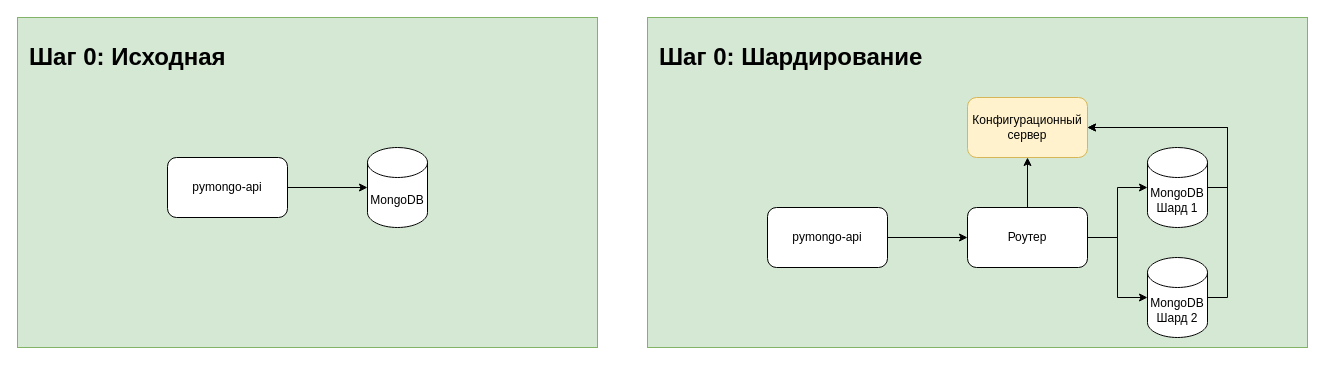
maxoness/architecture-sprint-2 keeps this draw.io diagram as page "Progress" (2 of 2) of task1.drawio. Above is the earlier version. Source tidied: cells renumbered, new cells numbered last; positions are measured from the earlier drawing's top-left corner, leaving out a move shared by most shapes. Both pictures are drawn from the tidied source at 100%, with x=0, y=0 at pixel (17, 17).
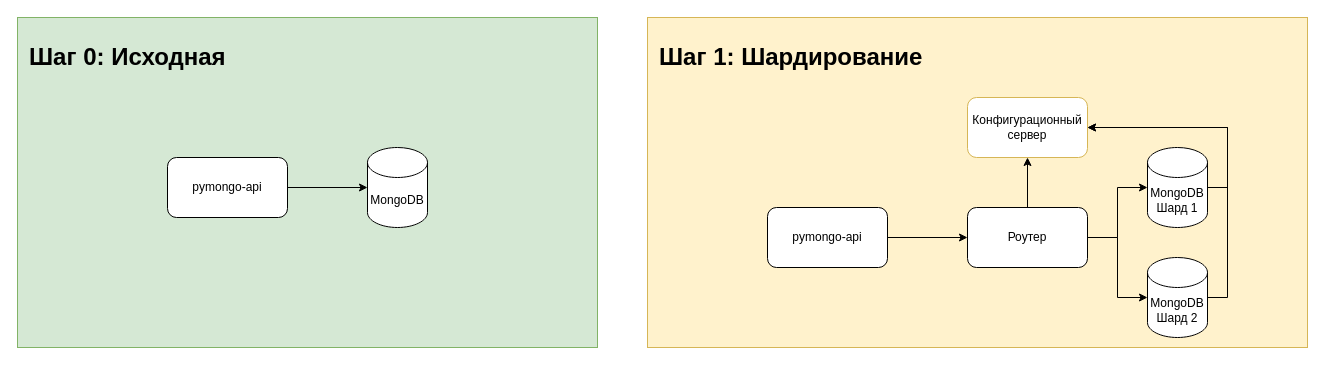
The same page after the edit.

Diff of the diagram source:
```diff
@@
 <mxGraphModel>
   <root>
     <mxCell id="0" />
     <mxCell id="1" parent="0" />
     <mxCell id="2" style="rounded=0;whiteSpace=wrap;html=1;fillColor=#d5e8d4;strokeColor=#82b366;" parent="1" vertex="1">
       <mxGeometry width="580" height="330" as="geometry" />
     </mxCell>
     <mxCell id="3" value="MongoDB" style="shape=cylinder3;whiteSpace=wrap;html=1;boundedLbl=1;backgroundOutline=1;size=15;" parent="1" vertex="1">
       <mxGeometry x="350" y="130" width="60" height="80" as="geometry" />
     </mxCell>
     <mxCell id="4" value="pymongo-api" style="rounded=1;whiteSpace=wrap;html=1;" parent="1" vertex="1">
       <mxGeometry x="150" y="140" width="120" height="60" as="geometry" />
     </mxCell>
     <mxCell id="5" style="edgeStyle=orthogonalEdgeStyle;rounded=0;jettySize=auto;html=1;exitX=1;exitY=0.5;exitDx=0;exitDy=0;entryX=0;entryY=0.5;entryDx=0;entryDy=0;entryPerimeter=0;" parent="1" edge="1" source="4" target="3">
       <mxGeometry relative="1" as="geometry" />
     </mxCell>
     <mxCell id="6" value="Шаг 0: Исходная" style="text;strokeColor=none;fillColor=none;html=1;fontSize=24;fontStyle=1;verticalAlign=middle;align=left;" parent="1" vertex="1">
       <mxGeometry x="10" y="20" width="560" height="40" as="geometry" />
     </mxCell>
-    <mxCell id="7" style="rounded=0;whiteSpace=wrap;html=1;fillColor=#d5e8d4;strokeColor=#82b366;" parent="1" vertex="1">
+    <mxCell id="7" style="rounded=0;whiteSpace=wrap;html=1;fillColor=#fff2cc;strokeColor=#d6b656;" parent="1" vertex="1">
       <mxGeometry x="630" width="660" height="330" as="geometry" />
     </mxCell>
     <mxCell id="8" value="pymongo-api" style="rounded=1;whiteSpace=wrap;html=1;" parent="1" vertex="1">
       <mxGeometry x="750" y="190" width="120" height="60" as="geometry" />
     </mxCell>
     <mxCell id="9" style="edgeStyle=orthogonalEdgeStyle;rounded=0;jettySize=auto;html=1;exitX=1;exitY=0.5;exitDx=0;exitDy=0;entryX=0;entryY=0.5;entryDx=0;entryDy=0;" parent="1" edge="1" source="8" target="11">
       <mxGeometry relative="1" as="geometry" />
     </mxCell>
-    <mxCell id="10" value="Шаг 0: Шардирование" style="text;strokeColor=none;fillColor=none;html=1;fontSize=24;fontStyle=1;verticalAlign=middle;align=left;" parent="1" vertex="1">
+    <mxCell id="10" value="Шаг 1: Шардирование" style="text;strokeColor=none;fillColor=none;html=1;fontSize=24;fontStyle=1;verticalAlign=middle;align=left;" parent="1" vertex="1">
       <mxGeometry x="640" y="20" width="560" height="40" as="geometry" />
     </mxCell>
     <mxCell id="11" value="Роутер" style="rounded=1;whiteSpace=wrap;html=1;" parent="1" vertex="1">
       <mxGeometry x="950" y="190" width="120" height="60" as="geometry" />
     </mxCell>
     <mxCell id="12" value="MongoDB&lt;div&gt;Шард 1&lt;/div&gt;" style="shape=cylinder3;whiteSpace=wrap;html=1;boundedLbl=1;backgroundOutline=1;size=15;" parent="1" vertex="1">
       <mxGeometry x="1130" y="130" width="60" height="80" as="geometry" />
     </mxCell>
     <mxCell id="13" value="MongoDB&lt;div&gt;Шард 2&lt;/div&gt;" style="shape=cylinder3;whiteSpace=wrap;html=1;boundedLbl=1;backgroundOutline=1;size=15;" parent="1" vertex="1">
       <mxGeometry x="1130" y="240" width="60" height="80" as="geometry" />
     </mxCell>
-    <mxCell id="14" value="Конфигурационный сервер" style="rounded=1;whiteSpace=wrap;html=1;fillColor=#fff2cc;strokeColor=#d6b656;" parent="1" vertex="1">
+    <mxCell id="14" value="Конфигурационный сервер" style="rounded=1;whiteSpace=wrap;html=1;fillColor=#FFFFFF;strokeColor=#d6b656;" parent="1" vertex="1">
       <mxGeometry x="950" y="80" width="120" height="60" as="geometry" />
     </mxCell>
     <mxCell id="15" style="edgeStyle=orthogonalEdgeStyle;rounded=0;jettySize=auto;html=1;exitX=1;exitY=0.5;exitDx=0;exitDy=0;entryX=0;entryY=0.5;entryDx=0;entryDy=0;entryPerimeter=0;" parent="1" edge="1" source="11" target="12">
       <mxGeometry relative="1" as="geometry" />
     </mxCell>
     <mxCell id="16" style="edgeStyle=orthogonalEdgeStyle;rounded=0;jettySize=auto;html=1;exitX=1;exitY=0.5;exitDx=0;exitDy=0;entryX=0;entryY=0.5;entryDx=0;entryDy=0;entryPerimeter=0;" parent="1" edge="1" source="11" target="13">
       <mxGeometry relative="1" as="geometry" />
     </mxCell>
     <mxCell id="17" style="edgeStyle=orthogonalEdgeStyle;rounded=0;jettySize=auto;html=1;exitX=1;exitY=0.5;exitDx=0;exitDy=0;entryX=1;entryY=0.5;entryDx=0;entryDy=0;exitPerimeter=0;" parent="1" edge="1" source="13" target="14">
       <mxGeometry relative="1" as="geometry" />
     </mxCell>
     <mxCell id="18" style="edgeStyle=orthogonalEdgeStyle;rounded=0;jettySize=auto;html=1;exitX=1;exitY=0.5;exitDx=0;exitDy=0;entryX=1;entryY=0.5;entryDx=0;entryDy=0;exitPerimeter=0;" parent="1" edge="1" source="12" target="14">
       <mxGeometry relative="1" as="geometry" />
     </mxCell>
     <mxCell id="19" style="edgeStyle=orthogonalEdgeStyle;rounded=0;jettySize=auto;html=1;exitX=0.5;exitY=0;exitDx=0;exitDy=0;entryX=0.5;entryY=1;entryDx=0;entryDy=0;" parent="1" edge="1" source="11" target="14">
       <mxGeometry relative="1" as="geometry" />
     </mxCell>
   </root>
 </mxGraphModel>
```
